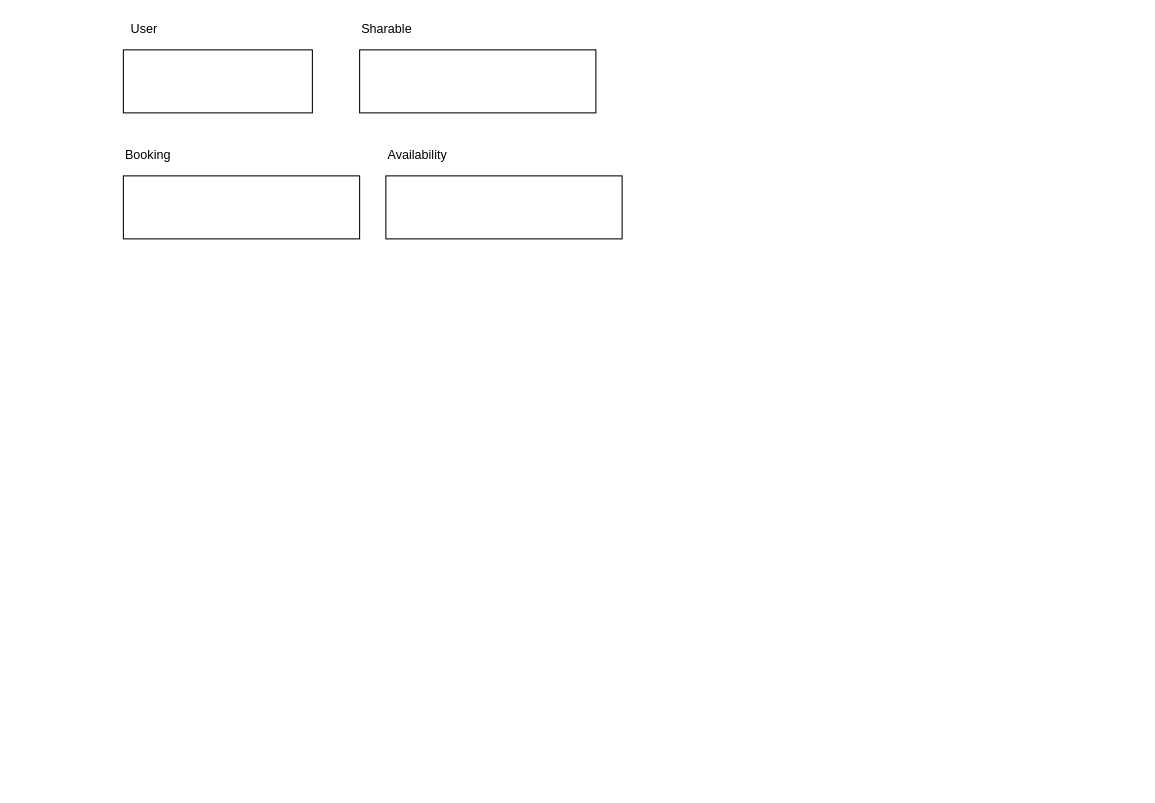
This is page "Domain Mapping" (5 of 8) of project/user-experience.drawio from heruwala/sharethrift, a draw.io file, before an edit. Source tidied: cells renumbered, new cells numbered last; positions are measured from the earlier drawing's top-left corner, leaving out a move shared by most shapes. Both pictures are drawn from the tidied source at 105%, with x=0, y=0 at pixel (123, 18).
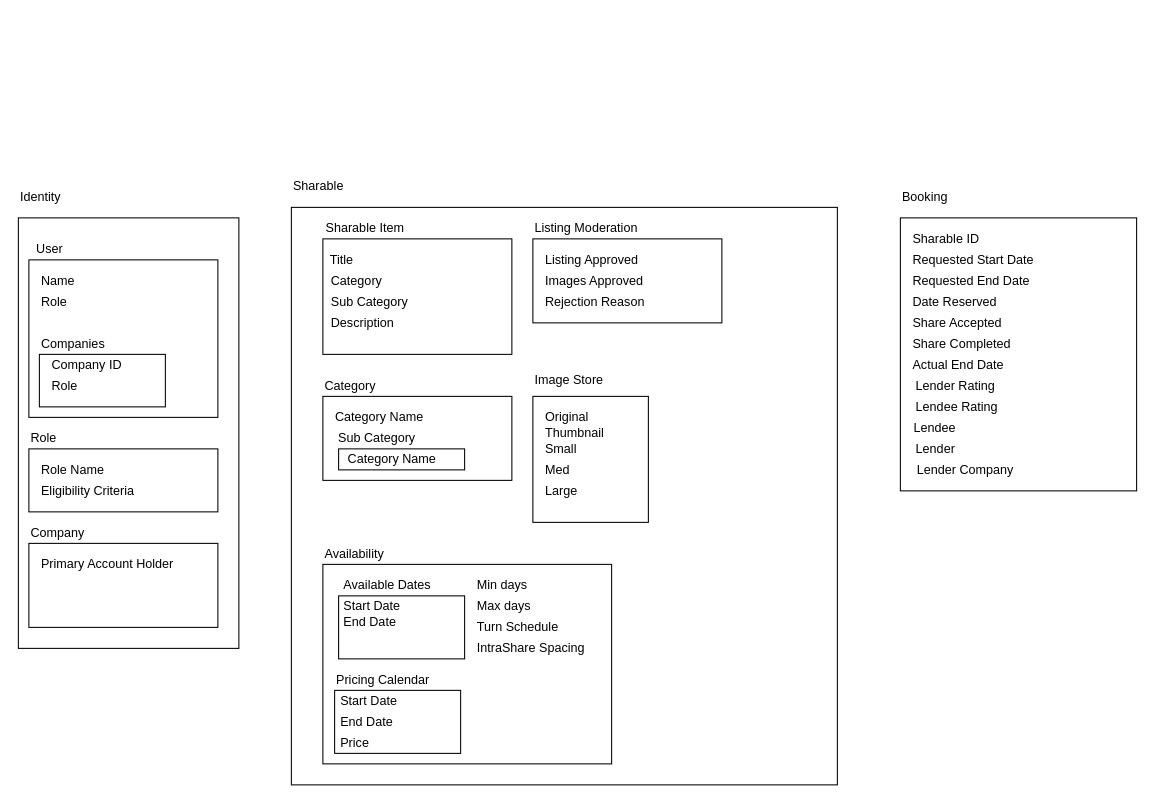
Above is the later version.

What changed in the source:
```diff
@@
+    <mxCell id="10" style="rounded=0;whiteSpace=wrap;html=1;align=left;" parent="1" vertex="1">
+      <mxGeometry x="160" y="180" width="520" height="550" as="geometry" />
+    </mxCell>
+    <mxCell id="11" style="rounded=0;whiteSpace=wrap;html=1;align=left;" parent="1" vertex="1">
+      <mxGeometry x="-100" y="190" width="210" height="410" as="geometry" />
+    </mxCell>
     <mxCell id="2" style="rounded=0;whiteSpace=wrap;html=1;" parent="1" vertex="1">
-      <mxGeometry y="30" width="180" height="60" as="geometry" />
+      <mxGeometry x="-90" y="230" width="180" height="150" as="geometry" />
     </mxCell>
     <mxCell id="3" value="User" style="text;html=1;strokeColor=none;fillColor=none;align=center;verticalAlign=middle;whiteSpace=wrap;rounded=0;" parent="1" vertex="1">
-      <mxGeometry width="40" height="20" as="geometry" />
+      <mxGeometry x="-90" y="210" width="40" height="20" as="geometry" />
     </mxCell>
     <mxCell id="4" style="rounded=0;whiteSpace=wrap;html=1;" parent="1" vertex="1">
-      <mxGeometry x="225" y="30" width="225" height="60" as="geometry" />
+      <mxGeometry x="190" y="210" width="180" height="110" as="geometry" />
     </mxCell>
-    <mxCell id="5" value="Sharable" style="text;html=1;strokeColor=none;fillColor=none;align=left;verticalAlign=middle;whiteSpace=wrap;rounded=0;" parent="1" vertex="1">
-      <mxGeometry x="225" width="75" height="20" as="geometry" />
+    <mxCell id="5" value="Sharable Item" style="text;html=1;strokeColor=none;fillColor=none;align=left;verticalAlign=middle;whiteSpace=wrap;rounded=0;" parent="1" vertex="1">
+      <mxGeometry x="191" y="190" width="119" height="20" as="geometry" />
     </mxCell>
     <mxCell id="6" style="rounded=0;whiteSpace=wrap;html=1;" parent="1" vertex="1">
-      <mxGeometry y="150" width="225" height="60" as="geometry" />
+      <mxGeometry x="740" y="190" width="225" height="260" as="geometry" />
     </mxCell>
     <mxCell id="7" value="Booking" style="text;html=1;strokeColor=none;fillColor=none;align=left;verticalAlign=middle;whiteSpace=wrap;rounded=0;" parent="1" vertex="1">
-      <mxGeometry y="120" width="75" height="20" as="geometry" />
+      <mxGeometry x="740" y="160" width="75" height="20" as="geometry" />
     </mxCell>
     <mxCell id="8" style="rounded=0;whiteSpace=wrap;html=1;" parent="1" vertex="1">
-      <mxGeometry x="250" y="150" width="225" height="60" as="geometry" />
+      <mxGeometry x="190" y="520" width="275" height="190" as="geometry" />
     </mxCell>
     <mxCell id="9" value="Availability" style="text;html=1;strokeColor=none;fillColor=none;align=left;verticalAlign=middle;whiteSpace=wrap;rounded=0;" parent="1" vertex="1">
-      <mxGeometry x="250" y="120" width="75" height="20" as="geometry" />
+      <mxGeometry x="190" y="500" width="75" height="20" as="geometry" />
     </mxCell>
+    <mxCell id="12" style="rounded=0;whiteSpace=wrap;html=1;" parent="1" vertex="1">
+      <mxGeometry x="-90" y="410" width="180" height="60" as="geometry" />
+    </mxCell>
+    <mxCell id="13" value="Role" style="text;html=1;strokeColor=none;fillColor=none;align=left;verticalAlign=middle;whiteSpace=wrap;rounded=0;" parent="1" vertex="1">
+      <mxGeometry x="-90" y="390" width="120" height="20" as="geometry" />
+    </mxCell>
+    <mxCell id="14" value="Role Name" style="text;html=1;strokeColor=none;fillColor=none;align=left;verticalAlign=middle;whiteSpace=wrap;rounded=0;" parent="1" vertex="1">
+      <mxGeometry x="-80" y="420" width="100" height="20" as="geometry" />
+    </mxCell>
+    <mxCell id="15" value="Eligibility Criteria" style="text;html=1;strokeColor=none;fillColor=none;align=left;verticalAlign=middle;whiteSpace=wrap;rounded=0;" parent="1" vertex="1">
+      <mxGeometry x="-80" y="440" width="100" height="20" as="geometry" />
+    </mxCell>
+    <mxCell id="16" value="Name" style="text;html=1;strokeColor=none;fillColor=none;align=left;verticalAlign=middle;whiteSpace=wrap;rounded=0;" parent="1" vertex="1">
+      <mxGeometry x="-80" y="240" width="100" height="20" as="geometry" />
+    </mxCell>
+    <mxCell id="17" value="Role" style="text;html=1;strokeColor=none;fillColor=none;align=left;verticalAlign=middle;whiteSpace=wrap;rounded=0;" parent="1" vertex="1">
+      <mxGeometry x="-80" y="260" width="100" height="20" as="geometry" />
+    </mxCell>
+    <mxCell id="18" style="rounded=0;whiteSpace=wrap;html=1;" parent="1" vertex="1">
+      <mxGeometry x="-90" y="500" width="180" height="80" as="geometry" />
+    </mxCell>
+    <mxCell id="19" value="Company" style="text;html=1;strokeColor=none;fillColor=none;align=left;verticalAlign=middle;whiteSpace=wrap;rounded=0;" parent="1" vertex="1">
+      <mxGeometry x="-90" y="480" width="120" height="20" as="geometry" />
+    </mxCell>
+    <mxCell id="20" style="rounded=0;whiteSpace=wrap;html=1;align=left;" parent="1" vertex="1">
+      <mxGeometry x="-80" y="320" width="120" height="50" as="geometry" />
+    </mxCell>
+    <mxCell id="21" value="Companies" style="text;html=1;strokeColor=none;fillColor=none;align=left;verticalAlign=middle;whiteSpace=wrap;rounded=0;" parent="1" vertex="1">
+      <mxGeometry x="-80" y="300" width="100" height="20" as="geometry" />
+    </mxCell>
+    <mxCell id="22" value="Company ID" style="text;html=1;strokeColor=none;fillColor=none;align=left;verticalAlign=middle;whiteSpace=wrap;rounded=0;" parent="1" vertex="1">
+      <mxGeometry x="-70" y="320" width="100" height="20" as="geometry" />
+    </mxCell>
+    <mxCell id="23" value="Role" style="text;html=1;strokeColor=none;fillColor=none;align=left;verticalAlign=middle;whiteSpace=wrap;rounded=0;" parent="1" vertex="1">
+      <mxGeometry x="-70" y="340" width="100" height="20" as="geometry" />
+    </mxCell>
+    <mxCell id="24" value="Primary Account Holder" style="text;html=1;strokeColor=none;fillColor=none;align=left;verticalAlign=middle;whiteSpace=wrap;rounded=0;" parent="1" vertex="1">
+      <mxGeometry x="-80" y="510" width="140" height="20" as="geometry" />
+    </mxCell>
+    <mxCell id="25" style="rounded=0;whiteSpace=wrap;html=1;align=left;" parent="1" vertex="1">
+      <mxGeometry x="205" y="550" width="120" height="60" as="geometry" />
+    </mxCell>
+    <mxCell id="26" value="Available Dates" style="text;html=1;strokeColor=none;fillColor=none;align=left;verticalAlign=middle;whiteSpace=wrap;rounded=0;" parent="1" vertex="1">
+      <mxGeometry x="207.5" y="530" width="107.5" height="20" as="geometry" />
+    </mxCell>
+    <mxCell id="27" style="rounded=0;whiteSpace=wrap;html=1;align=left;" parent="1" vertex="1">
+      <mxGeometry x="201.2" y="640" width="120" height="60" as="geometry" />
+    </mxCell>
+    <mxCell id="28" value="Pricing Calendar" style="text;html=1;strokeColor=none;fillColor=none;align=left;verticalAlign=middle;whiteSpace=wrap;rounded=0;" parent="1" vertex="1">
+      <mxGeometry x="201.2" y="620" width="107.5" height="20" as="geometry" />
+    </mxCell>
+    <mxCell id="29" value="Min days" style="text;html=1;strokeColor=none;fillColor=none;align=left;verticalAlign=middle;whiteSpace=wrap;rounded=0;" parent="1" vertex="1">
+      <mxGeometry x="335" y="530" width="107.5" height="20" as="geometry" />
+    </mxCell>
+    <mxCell id="30" value="Max days" style="text;html=1;strokeColor=none;fillColor=none;align=left;verticalAlign=middle;whiteSpace=wrap;rounded=0;" parent="1" vertex="1">
+      <mxGeometry x="335" y="550" width="107.5" height="20" as="geometry" />
+    </mxCell>
+    <mxCell id="31" value="Turn Schedule" style="text;html=1;strokeColor=none;fillColor=none;align=left;verticalAlign=middle;whiteSpace=wrap;rounded=0;" parent="1" vertex="1">
+      <mxGeometry x="335" y="570" width="107.5" height="20" as="geometry" />
+    </mxCell>
+    <mxCell id="32" value="Start Date" style="text;html=1;strokeColor=none;fillColor=none;align=left;verticalAlign=middle;whiteSpace=wrap;rounded=0;" parent="1" vertex="1">
+      <mxGeometry x="207.5" y="550" width="67.5" height="20" as="geometry" />
+    </mxCell>
+    <mxCell id="33" value="End Date" style="text;html=1;strokeColor=none;fillColor=none;align=left;verticalAlign=middle;whiteSpace=wrap;rounded=0;" parent="1" vertex="1">
+      <mxGeometry x="207.5" y="565" width="67.5" height="20" as="geometry" />
+    </mxCell>
+    <mxCell id="34" value="Start Date" style="text;html=1;strokeColor=none;fillColor=none;align=left;verticalAlign=middle;whiteSpace=wrap;rounded=0;" parent="1" vertex="1">
+      <mxGeometry x="205" y="640" width="67.5" height="20" as="geometry" />
+    </mxCell>
+    <mxCell id="35" value="End Date" style="text;html=1;strokeColor=none;fillColor=none;align=left;verticalAlign=middle;whiteSpace=wrap;rounded=0;" parent="1" vertex="1">
+      <mxGeometry x="205" y="660" width="67.5" height="20" as="geometry" />
+    </mxCell>
+    <mxCell id="36" value="Price" style="text;html=1;strokeColor=none;fillColor=none;align=left;verticalAlign=middle;whiteSpace=wrap;rounded=0;" parent="1" vertex="1">
+      <mxGeometry x="205" y="680" width="67.5" height="20" as="geometry" />
+    </mxCell>
+    <mxCell id="37" value="IntraShare Spacing" style="text;html=1;strokeColor=none;fillColor=none;align=left;verticalAlign=middle;whiteSpace=wrap;rounded=0;" parent="1" vertex="1">
+      <mxGeometry x="335" y="590" width="107.5" height="20" as="geometry" />
+    </mxCell>
+    <mxCell id="38" value="Sharable ID" style="text;html=1;strokeColor=none;fillColor=none;align=left;verticalAlign=middle;whiteSpace=wrap;rounded=0;" parent="1" vertex="1">
+      <mxGeometry x="750" y="200" width="107.5" height="20" as="geometry" />
+    </mxCell>
+    <mxCell id="39" value="Requested Start Date" style="text;html=1;strokeColor=none;fillColor=none;align=left;verticalAlign=middle;whiteSpace=wrap;rounded=0;" parent="1" vertex="1">
+      <mxGeometry x="750" y="220" width="133.8" height="20" as="geometry" />
+    </mxCell>
+    <mxCell id="40" value="Requested End Date" style="text;html=1;strokeColor=none;fillColor=none;align=left;verticalAlign=middle;whiteSpace=wrap;rounded=0;" parent="1" vertex="1">
+      <mxGeometry x="750" y="240" width="123.8" height="20" as="geometry" />
+    </mxCell>
+    <mxCell id="41" value="Date Reserved" style="text;html=1;strokeColor=none;fillColor=none;align=left;verticalAlign=middle;whiteSpace=wrap;rounded=0;" parent="1" vertex="1">
+      <mxGeometry x="750" y="260" width="107.5" height="20" as="geometry" />
+    </mxCell>
+    <mxCell id="42" value="Share Accepted" style="text;html=1;strokeColor=none;fillColor=none;align=left;verticalAlign=middle;whiteSpace=wrap;rounded=0;" parent="1" vertex="1">
+      <mxGeometry x="750" y="280" width="107.5" height="20" as="geometry" />
+    </mxCell>
+    <mxCell id="43" value="Share Completed" style="text;html=1;strokeColor=none;fillColor=none;align=left;verticalAlign=middle;whiteSpace=wrap;rounded=0;" parent="1" vertex="1">
+      <mxGeometry x="750" y="300" width="107.5" height="20" as="geometry" />
+    </mxCell>
+    <mxCell id="44" value="Actual End Date" style="text;html=1;strokeColor=none;fillColor=none;align=left;verticalAlign=middle;whiteSpace=wrap;rounded=0;" parent="1" vertex="1">
+      <mxGeometry x="750" y="320" width="107.5" height="20" as="geometry" />
+    </mxCell>
+    <mxCell id="45" value="Lender Rating" style="text;html=1;strokeColor=none;fillColor=none;align=left;verticalAlign=middle;whiteSpace=wrap;rounded=0;" parent="1" vertex="1">
+      <mxGeometry x="752.5" y="340" width="107.5" height="20" as="geometry" />
+    </mxCell>
+    <mxCell id="46" value="Lendee Rating" style="text;html=1;strokeColor=none;fillColor=none;align=left;verticalAlign=middle;whiteSpace=wrap;rounded=0;" parent="1" vertex="1">
+      <mxGeometry x="752.5" y="360" width="107.5" height="20" as="geometry" />
+    </mxCell>
+    <mxCell id="47" value="Title" style="text;html=1;strokeColor=none;fillColor=none;align=left;verticalAlign=middle;whiteSpace=wrap;rounded=0;" parent="1" vertex="1">
+      <mxGeometry x="195" y="220" width="107.5" height="20" as="geometry" />
+    </mxCell>
+    <mxCell id="48" style="rounded=0;whiteSpace=wrap;html=1;" parent="1" vertex="1">
+      <mxGeometry x="190" y="360" width="180" height="80" as="geometry" />
+    </mxCell>
+    <mxCell id="49" value="Category" style="text;html=1;strokeColor=none;fillColor=none;align=left;verticalAlign=middle;whiteSpace=wrap;rounded=0;" parent="1" vertex="1">
+      <mxGeometry x="190" y="340" width="120" height="20" as="geometry" />
+    </mxCell>
+    <mxCell id="50" value="Category Name" style="text;html=1;strokeColor=none;fillColor=none;align=left;verticalAlign=middle;whiteSpace=wrap;rounded=0;" parent="1" vertex="1">
+      <mxGeometry x="200" y="370" width="100" height="20" as="geometry" />
+    </mxCell>
+    <mxCell id="51" style="rounded=0;whiteSpace=wrap;html=1;align=left;" parent="1" vertex="1">
+      <mxGeometry x="205" y="410" width="120" height="20" as="geometry" />
+    </mxCell>
+    <mxCell id="52" value="Sub Category" style="text;html=1;strokeColor=none;fillColor=none;align=left;verticalAlign=middle;whiteSpace=wrap;rounded=0;" parent="1" vertex="1">
+      <mxGeometry x="202.5" y="390" width="100" height="20" as="geometry" />
+    </mxCell>
+    <mxCell id="53" value="Category Name" style="text;html=1;strokeColor=none;fillColor=none;align=left;verticalAlign=middle;whiteSpace=wrap;rounded=0;" parent="1" vertex="1">
+      <mxGeometry x="211.9" y="410" width="100" height="20" as="geometry" />
+    </mxCell>
+    <mxCell id="54" value="Category" style="text;html=1;strokeColor=none;fillColor=none;align=left;verticalAlign=middle;whiteSpace=wrap;rounded=0;" parent="1" vertex="1">
+      <mxGeometry x="196.2" y="240" width="143.8" height="20" as="geometry" />
+    </mxCell>
+    <mxCell id="55" value="Sub Category" style="text;html=1;strokeColor=none;fillColor=none;align=left;verticalAlign=middle;whiteSpace=wrap;rounded=0;" parent="1" vertex="1">
+      <mxGeometry x="196.2" y="260" width="143.8" height="20" as="geometry" />
+    </mxCell>
+    <mxCell id="56" style="rounded=0;whiteSpace=wrap;html=1;" parent="1" vertex="1">
+      <mxGeometry x="390" y="360" width="110" height="120" as="geometry" />
+    </mxCell>
+    <mxCell id="57" value="Image Store" style="text;html=1;strokeColor=none;fillColor=none;align=left;verticalAlign=middle;whiteSpace=wrap;rounded=0;" parent="1" vertex="1">
+      <mxGeometry x="390" y="335" width="120" height="20" as="geometry" />
+    </mxCell>
+    <mxCell id="58" value="Original" style="text;html=1;strokeColor=none;fillColor=none;align=left;verticalAlign=middle;whiteSpace=wrap;rounded=0;" parent="1" vertex="1">
+      <mxGeometry x="400" y="370" width="90" height="20" as="geometry" />
+    </mxCell>
+    <mxCell id="59" value="Thumbnail" style="text;html=1;strokeColor=none;fillColor=none;align=left;verticalAlign=middle;whiteSpace=wrap;rounded=0;" parent="1" vertex="1">
+      <mxGeometry x="400" y="385" width="90" height="20" as="geometry" />
+    </mxCell>
+    <mxCell id="60" value="Small" style="text;html=1;strokeColor=none;fillColor=none;align=left;verticalAlign=middle;whiteSpace=wrap;rounded=0;" parent="1" vertex="1">
+      <mxGeometry x="400" y="400" width="90" height="20" as="geometry" />
+    </mxCell>
+    <mxCell id="61" value="Med" style="text;html=1;strokeColor=none;fillColor=none;align=left;verticalAlign=middle;whiteSpace=wrap;rounded=0;" parent="1" vertex="1">
+      <mxGeometry x="400" y="420" width="90" height="20" as="geometry" />
+    </mxCell>
+    <mxCell id="62" value="Large" style="text;html=1;strokeColor=none;fillColor=none;align=left;verticalAlign=middle;whiteSpace=wrap;rounded=0;" parent="1" vertex="1">
+      <mxGeometry x="400" y="440" width="90" height="20" as="geometry" />
+    </mxCell>
+    <mxCell id="63" style="rounded=0;whiteSpace=wrap;html=1;" parent="1" vertex="1">
+      <mxGeometry x="390" y="210" width="180" height="80" as="geometry" />
+    </mxCell>
+    <mxCell id="64" value="Listing Moderation" style="text;html=1;strokeColor=none;fillColor=none;align=left;verticalAlign=middle;whiteSpace=wrap;rounded=0;" parent="1" vertex="1">
+      <mxGeometry x="390" y="190" width="120" height="20" as="geometry" />
+    </mxCell>
+    <mxCell id="65" value="Listing Approved" style="text;html=1;strokeColor=none;fillColor=none;align=left;verticalAlign=middle;whiteSpace=wrap;rounded=0;" parent="1" vertex="1">
+      <mxGeometry x="400" y="220" width="143.8" height="20" as="geometry" />
+    </mxCell>
+    <mxCell id="66" value="Images Approved" style="text;html=1;strokeColor=none;fillColor=none;align=left;verticalAlign=middle;whiteSpace=wrap;rounded=0;" parent="1" vertex="1">
+      <mxGeometry x="400" y="240" width="143.8" height="20" as="geometry" />
+    </mxCell>
+    <mxCell id="67" value="Rejection Reason" style="text;html=1;strokeColor=none;fillColor=none;align=left;verticalAlign=middle;whiteSpace=wrap;rounded=0;" parent="1" vertex="1">
+      <mxGeometry x="400" y="260" width="143.8" height="20" as="geometry" />
+    </mxCell>
+    <mxCell id="68" value="Lendee" style="text;html=1;strokeColor=none;fillColor=none;align=left;verticalAlign=middle;whiteSpace=wrap;rounded=0;" parent="1" vertex="1">
+      <mxGeometry x="751.2" y="380" width="107.5" height="20" as="geometry" />
+    </mxCell>
+    <mxCell id="69" value="Lender" style="text;html=1;strokeColor=none;fillColor=none;align=left;verticalAlign=middle;whiteSpace=wrap;rounded=0;" parent="1" vertex="1">
+      <mxGeometry x="752.5" y="400" width="107.5" height="20" as="geometry" />
+    </mxCell>
+    <mxCell id="70" value="Lender Company" style="text;html=1;strokeColor=none;fillColor=none;align=left;verticalAlign=middle;whiteSpace=wrap;rounded=0;" parent="1" vertex="1">
+      <mxGeometry x="754.4" y="420" width="107.5" height="20" as="geometry" />
+    </mxCell>
+    <mxCell id="71" value="Description" style="text;html=1;strokeColor=none;fillColor=none;align=left;verticalAlign=middle;whiteSpace=wrap;rounded=0;" parent="1" vertex="1">
+      <mxGeometry x="196.2" y="280" width="143.8" height="20" as="geometry" />
+    </mxCell>
+    <mxCell id="72" value="Identity&amp;nbsp;" style="text;html=1;strokeColor=none;fillColor=none;align=left;verticalAlign=middle;whiteSpace=wrap;rounded=0;" parent="1" vertex="1">
+      <mxGeometry x="-100" y="160" width="90" height="20" as="geometry" />
+    </mxCell>
+    <mxCell id="73" value="Sharable" style="text;html=1;strokeColor=none;fillColor=none;align=left;verticalAlign=middle;whiteSpace=wrap;rounded=0;" parent="1" vertex="1">
+      <mxGeometry x="160" y="150" width="90" height="20" as="geometry" />
+    </mxCell>
```
